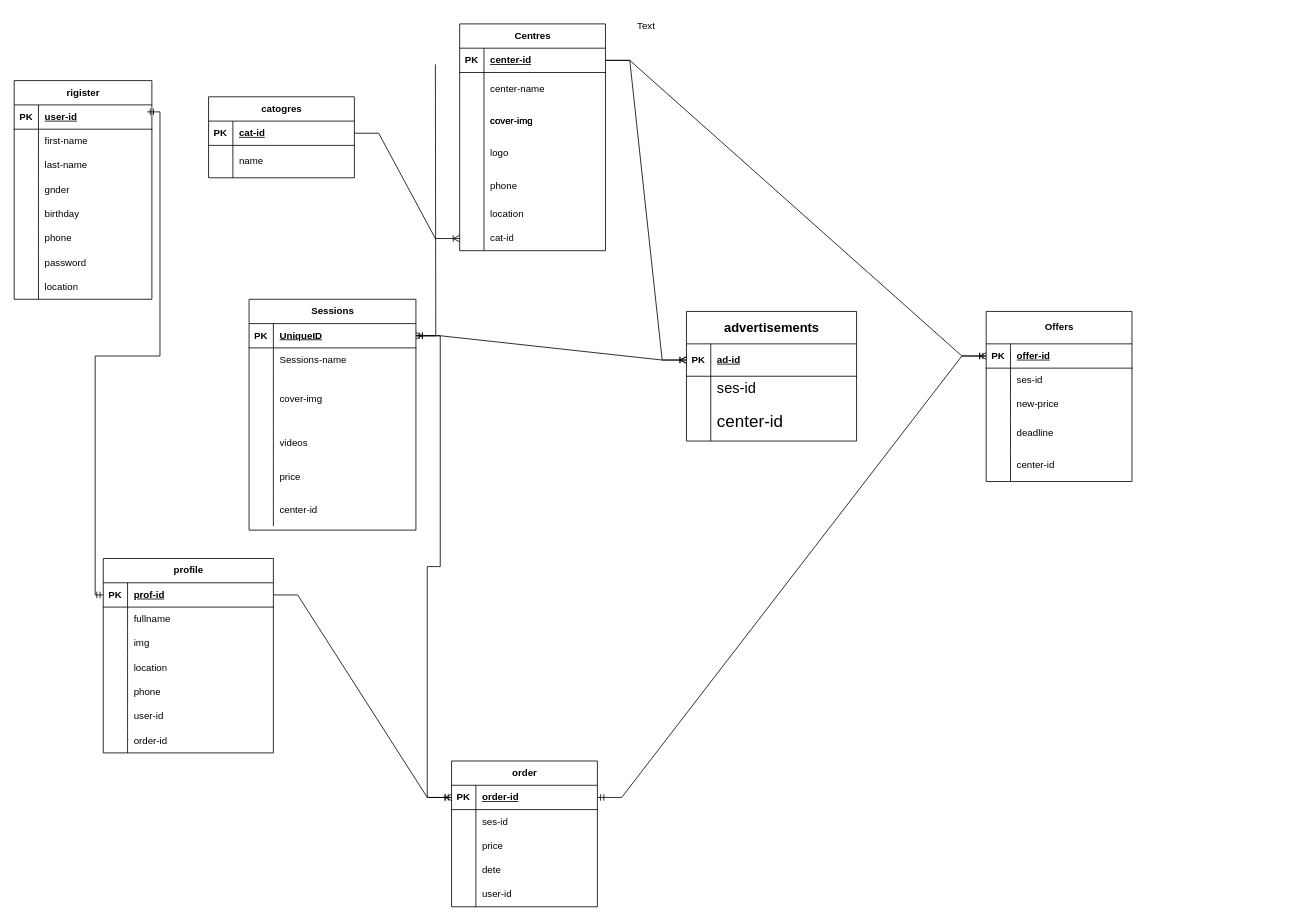
The draw.io diagram backend.drawio in SAFAWI0/My-Center, before the edit. Source tidied: cells renumbered, new cells numbered last; positions are measured from the earlier drawing's top-left corner, leaving out a move shared by most shapes. Both pictures are drawn from the tidied source at 81%, with x=0, y=0 at pixel (14, 14).
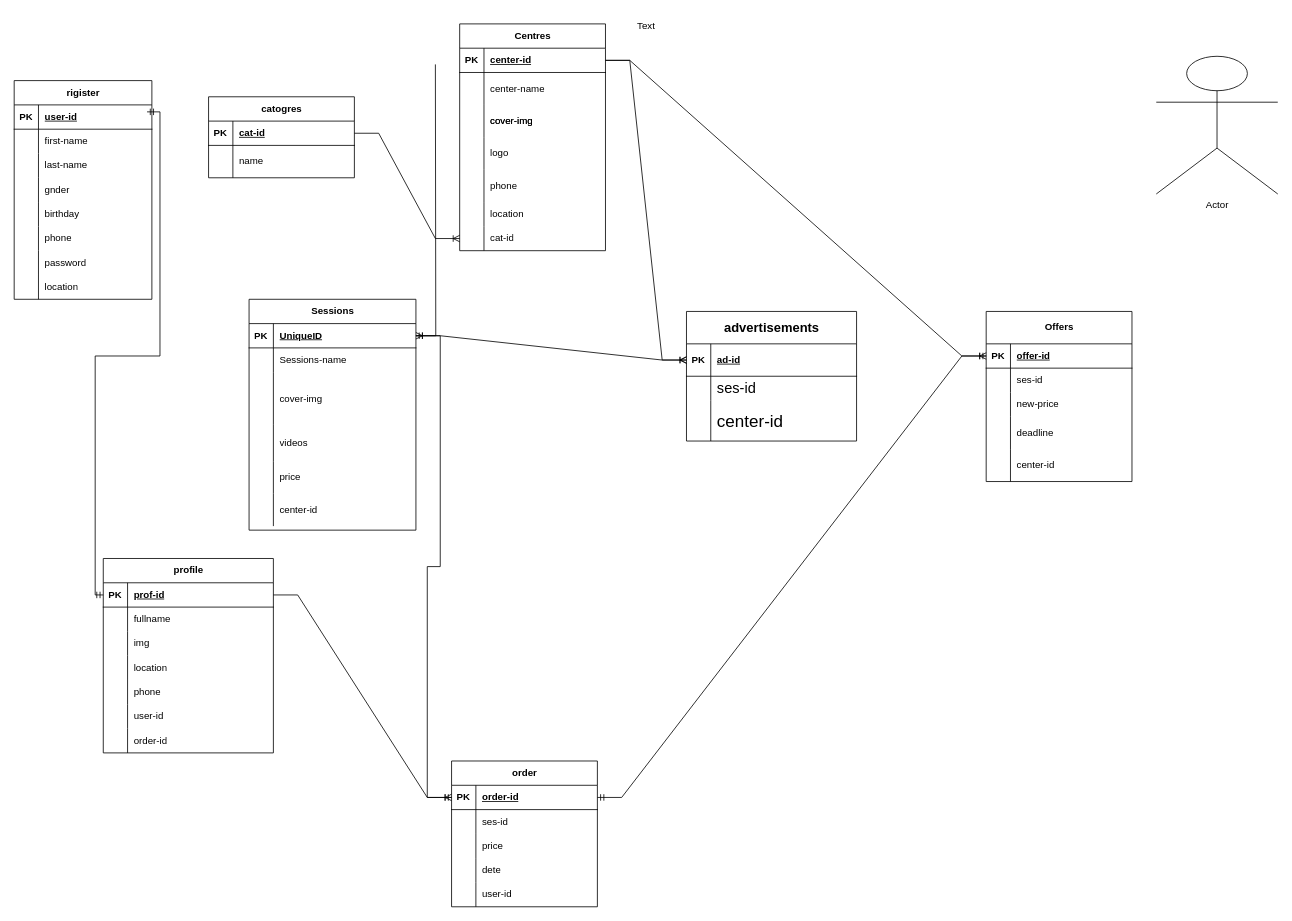
After the change.

Change to the diagram source:
```diff
@@
+    <mxCell id="150" value="Actor" style="shape=umlActor;verticalLabelPosition=bottom;verticalAlign=top;html=1;" parent="1" vertex="1">
+      <mxGeometry x="1410" y="52" width="150" height="170" as="geometry" />
+    </mxCell>
```
